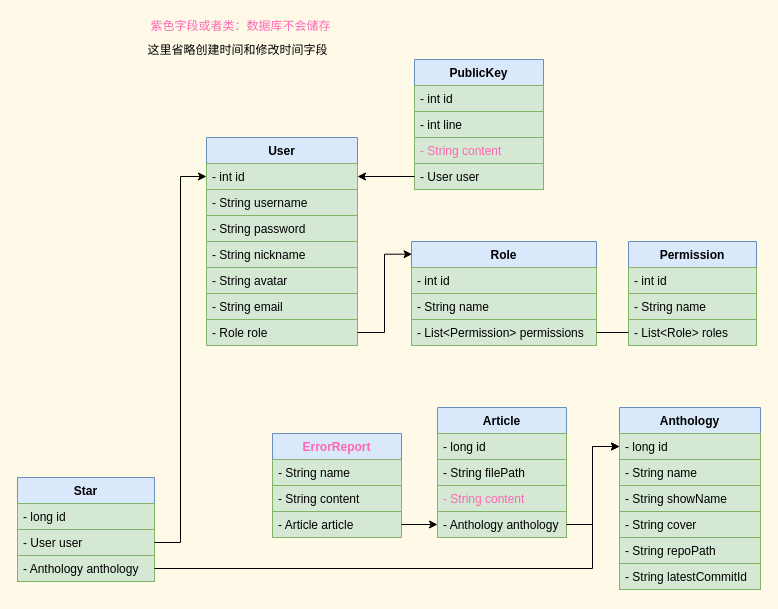
Before: page "类图" (1 of 2) of server-springboot/后端类图.dio in swsk33/git-document, a draw.io diagram. Source tidied: cells renumbered, new cells numbered last; positions are measured from the earlier drawing's top-left corner, leaving out a move shared by most shapes. Both pictures are drawn from the tidied source at 100%, with x=0, y=0 at pixel (17, 17).
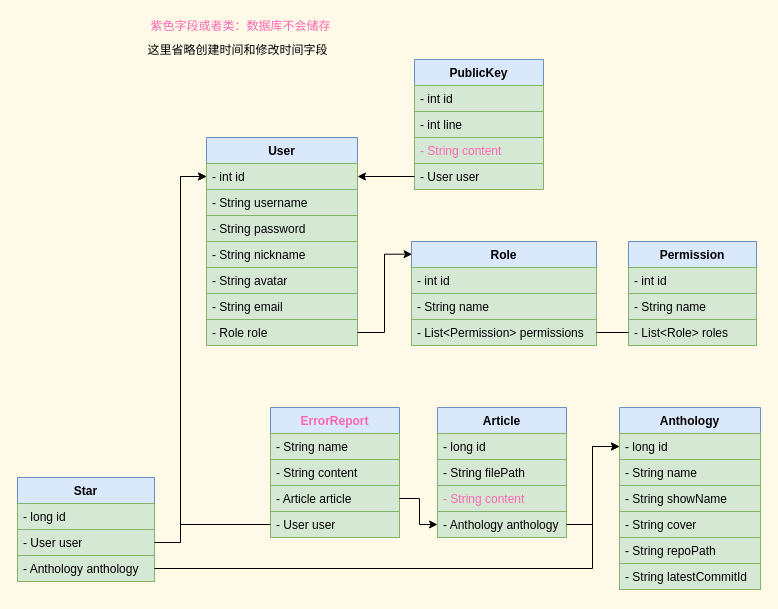
Above is the later version.

Unchanged cells that the change refers to:
```xml
<mxCell id="3" value="- int id" style="text;strokeColor=#82b366;fillColor=#d5e8d4;align=left;verticalAlign=top;spacingLeft=4;spacingRight=4;overflow=hidden;points=[[0,0.5],[1,0.5]];portConstraint=eastwest;" parent="2" vertex="1">
  <mxGeometry y="26" width="151" height="26" as="geometry" />
</mxCell>
```

Change to the diagram source:
```diff
@@
     <mxCell id="33" value="ErrorReport" style="swimlane;fontStyle=1;align=center;verticalAlign=top;horizontal=1;startSize=26;fillColor=#dae8fc;strokeColor=#6c8ebf;fontColor=#FF66B3;" parent="1" vertex="1">
-      <mxGeometry x="255" y="416" width="129" height="104" as="geometry" />
+      <mxGeometry x="253" y="390" width="129" height="130" as="geometry" />
     </mxCell>
@@
+    <mxCell id="52" value="- User user" style="text;strokeColor=#82b366;fillColor=#d5e8d4;align=left;verticalAlign=top;spacingLeft=4;spacingRight=4;overflow=hidden;points=[[0,0.5],[1,0.5]];portConstraint=eastwest;" parent="33" vertex="1">
+      <mxGeometry y="104" width="129" height="26" as="geometry" />
+    </mxCell>
@@
+    <mxCell id="53" style="edgeStyle=orthogonalEdgeStyle;rounded=0;jettySize=auto;html=1;exitX=0;exitY=0.5;exitDx=0;exitDy=0;entryX=0;entryY=0.5;entryDx=0;entryDy=0;" parent="1" edge="1" source="52" target="3">
+      <mxGeometry relative="1" as="geometry">
+        <Array as="points">
+          <mxPoint x="163" y="507" />
+          <mxPoint x="163" y="159" />
+        </Array>
+      </mxGeometry>
+    </mxCell>
```
